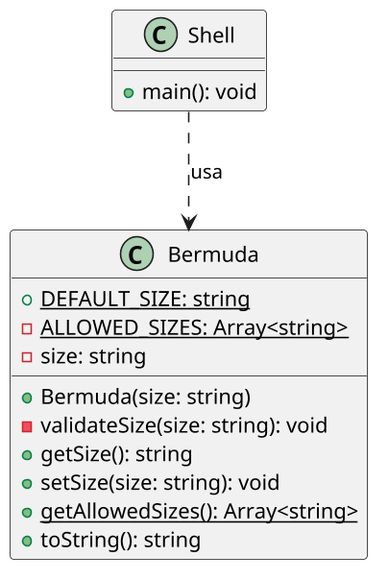
qxcodepoo/arcade keeps this PlantUML diagram as labs/bermuda/assets/diagrama.png. Above is the earlier version.
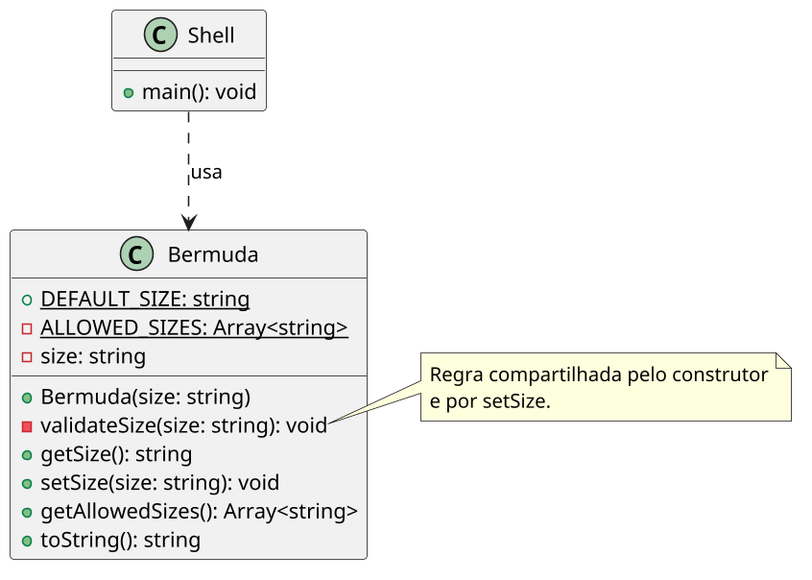
The same file after the commit.

Diff of the diagram source:
```diff
@@ -12,9 +12,14 @@
   - validateSize(size: string): void
   + getSize(): string
   + setSize(size: string): void
-  {static} + getAllowedSizes(): Array<string>
+  + getAllowedSizes(): Array<string>
   + toString(): string
 }
+
+note right of Bermuda::validateSize
+  Regra compartilhada pelo construtor
+  e por setSize.
+end note
 
 class Shell {
   __
```
